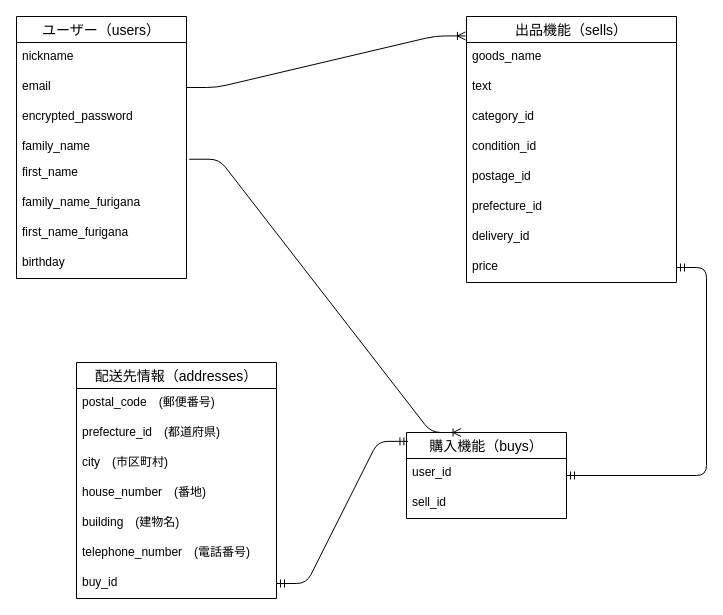
The draw.io diagram furima.dio in uiyum/furima-37442, before the edit. Source tidied: cells renumbered, new cells numbered last; positions are measured from the earlier drawing's top-left corner, leaving out a move shared by most shapes. Both pictures are drawn from the tidied source at 100%, with x=0, y=0 at pixel (16, 16).
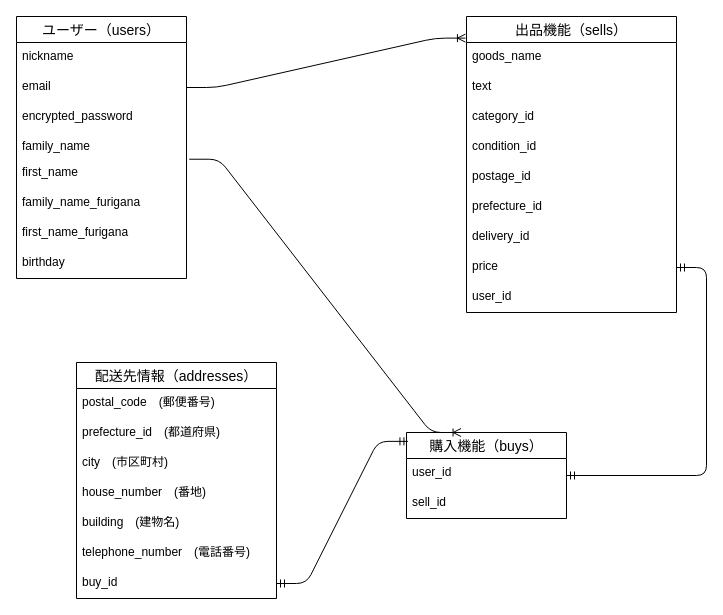
The same diagram, later.

Diff of the diagram source:
```diff
@@
     <mxCell id="11" value="出品機能（sells）" style="swimlane;fontStyle=0;horizontal=1;startSize=26;align=center;fontSize=14;" parent="1" vertex="1">
-      <mxGeometry x="450" width="210" height="266" as="geometry" />
+      <mxGeometry x="450" width="210" height="296" as="geometry" />
     </mxCell>
@@
+    <mxCell id="35" value="user_id" style="text;strokeColor=none;fillColor=none;spacingLeft=4;spacingRight=4;overflow=hidden;fontSize=12;" parent="11" vertex="1">
+      <mxGeometry y="266" width="210" height="30" as="geometry" />
+    </mxCell>
```
